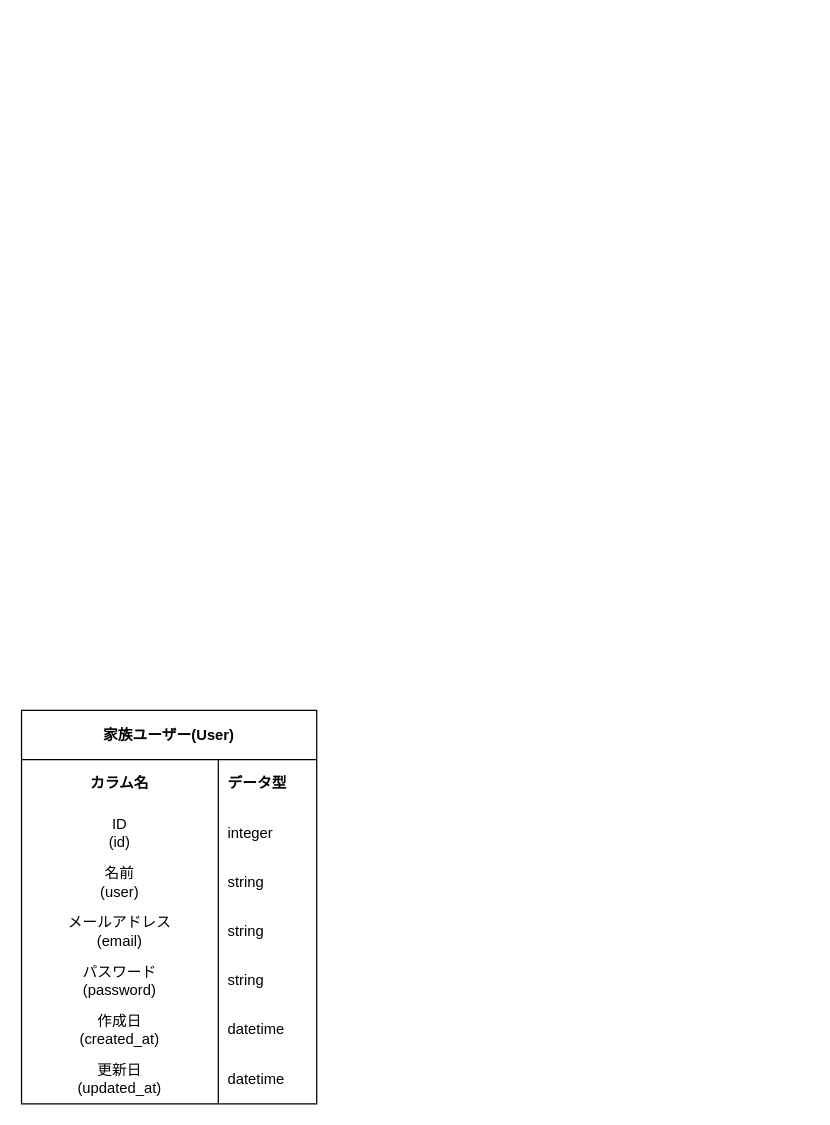
The draw.io diagram coyell.drawio in piroriki/coyell_port, before the edit. Source tidied: cells renumbered, new cells numbered last; positions are measured from the earlier drawing's top-left corner, leaving out a move shared by most shapes. Both pictures are drawn from the tidied source at 123%, with x=0, y=0 at pixel (21, 710).
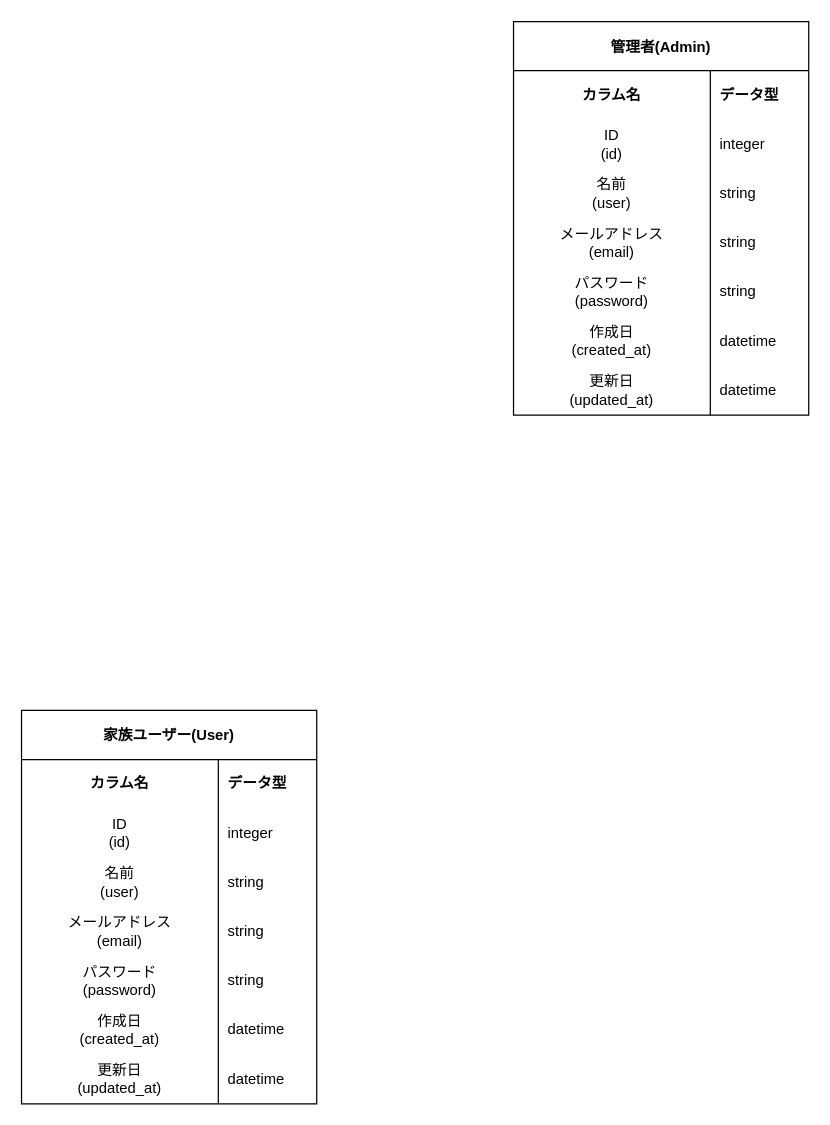
The same diagram, later.

Commit message:
adminモデルをER図に追加

Change to the diagram source:
```diff
@@
+    <mxCell id="24" value="管理者(Admin)" style="shape=table;startSize=40;childLayout=tableLayout;rowLines=0;fontStyle=1;" parent="1" vertex="1">
+      <mxGeometry x="400" y="-560" width="240" height="320" as="geometry" />
+    </mxCell>
+    <mxCell id="25" style="shape=tableRow;horizontal=0;startSize=0;swimlaneHead=0;swimlaneBody=0;top=0;left=0;bottom=0;right=0;fillColor=none;" parent="24" vertex="1">
+      <mxGeometry y="40" width="240" height="40" as="geometry" />
+    </mxCell>
+    <mxCell id="26" value="&lt;b&gt;カラム名&lt;/b&gt;" style="shape=partialRectangle;html=1;whiteSpace=wrap;fillColor=none;top=0;left=0;bottom=0;right=0;overflow=hidden;" parent="25" vertex="1">
+      <mxGeometry width="160" height="40" as="geometry" />
+    </mxCell>
+    <mxCell id="27" value="&lt;b&gt;データ型&lt;/b&gt;" style="shape=partialRectangle;html=1;whiteSpace=wrap;fillColor=none;top=0;left=0;bottom=0;right=0;align=left;spacingLeft=6;overflow=hidden;" parent="25" vertex="1">
+      <mxGeometry x="160" width="80" height="40" as="geometry" />
+    </mxCell>
+    <mxCell id="28" style="shape=tableRow;horizontal=0;startSize=0;swimlaneHead=0;swimlaneBody=0;top=0;left=0;bottom=0;right=0;fillColor=none;" parent="24" vertex="1">
+      <mxGeometry y="80" width="240" height="40" as="geometry" />
+    </mxCell>
+    <mxCell id="29" value="ID&lt;br&gt;(id)" style="shape=partialRectangle;html=1;whiteSpace=wrap;fillColor=none;top=0;left=0;bottom=0;right=0;overflow=hidden;" parent="28" vertex="1">
+      <mxGeometry width="160" height="40" as="geometry" />
+    </mxCell>
+    <mxCell id="30" value="integer" style="shape=partialRectangle;html=1;whiteSpace=wrap;fillColor=none;top=0;left=0;bottom=0;right=0;align=left;spacingLeft=6;overflow=hidden;" parent="28" vertex="1">
+      <mxGeometry x="160" width="80" height="40" as="geometry" />
+    </mxCell>
+    <mxCell id="31" style="shape=tableRow;horizontal=0;startSize=0;swimlaneHead=0;swimlaneBody=0;top=0;left=0;bottom=0;right=0;fillColor=none;" parent="24" vertex="1">
+      <mxGeometry y="120" width="240" height="40" as="geometry" />
+    </mxCell>
+    <mxCell id="32" value="名前&lt;br&gt;(user)" style="shape=partialRectangle;html=1;whiteSpace=wrap;fillColor=none;top=0;left=0;bottom=0;right=0;overflow=hidden;" parent="31" vertex="1">
+      <mxGeometry width="160" height="40" as="geometry" />
+    </mxCell>
+    <mxCell id="33" value="string" style="shape=partialRectangle;html=1;whiteSpace=wrap;fillColor=none;top=0;left=0;bottom=0;right=0;align=left;spacingLeft=6;overflow=hidden;" parent="31" vertex="1">
+      <mxGeometry x="160" width="80" height="40" as="geometry" />
+    </mxCell>
+    <mxCell id="34" style="shape=tableRow;horizontal=0;startSize=0;swimlaneHead=0;swimlaneBody=0;top=0;left=0;bottom=0;right=0;fillColor=none;" parent="24" vertex="1">
+      <mxGeometry y="160" width="240" height="40" as="geometry" />
+    </mxCell>
+    <mxCell id="35" value="メールアドレス&lt;br&gt;(email)" style="shape=partialRectangle;html=1;whiteSpace=wrap;fillColor=none;top=0;left=0;bottom=0;right=0;overflow=hidden;" parent="34" vertex="1">
+      <mxGeometry width="160" height="40" as="geometry" />
+    </mxCell>
+    <mxCell id="36" value="string" style="shape=partialRectangle;html=1;whiteSpace=wrap;fillColor=none;top=0;left=0;bottom=0;right=0;align=left;spacingLeft=6;overflow=hidden;" parent="34" vertex="1">
+      <mxGeometry x="160" width="80" height="40" as="geometry" />
+    </mxCell>
+    <mxCell id="37" style="shape=tableRow;horizontal=0;startSize=0;swimlaneHead=0;swimlaneBody=0;top=0;left=0;bottom=0;right=0;fillColor=none;" parent="24" vertex="1">
+      <mxGeometry y="200" width="240" height="40" as="geometry" />
+    </mxCell>
+    <mxCell id="38" value="パスワード&lt;br&gt;(password)" style="shape=partialRectangle;html=1;whiteSpace=wrap;fillColor=none;top=0;left=0;bottom=0;right=0;overflow=hidden;" parent="37" vertex="1">
+      <mxGeometry width="160" height="40" as="geometry" />
+    </mxCell>
+    <mxCell id="39" value="string" style="shape=partialRectangle;html=1;whiteSpace=wrap;fillColor=none;top=0;left=0;bottom=0;right=0;align=left;spacingLeft=6;overflow=hidden;" parent="37" vertex="1">
+      <mxGeometry x="160" width="80" height="40" as="geometry" />
+    </mxCell>
+    <mxCell id="40" style="shape=tableRow;horizontal=0;startSize=0;swimlaneHead=0;swimlaneBody=0;top=0;left=0;bottom=0;right=0;fillColor=none;" parent="24" vertex="1">
+      <mxGeometry y="240" width="240" height="40" as="geometry" />
+    </mxCell>
+    <mxCell id="41" value="作成日&lt;br&gt;(created_at)" style="shape=partialRectangle;html=1;whiteSpace=wrap;fillColor=none;top=0;left=0;bottom=0;right=0;overflow=hidden;" parent="40" vertex="1">
+      <mxGeometry width="160" height="40" as="geometry" />
+    </mxCell>
+    <mxCell id="42" value="datetime" style="shape=partialRectangle;html=1;whiteSpace=wrap;fillColor=none;top=0;left=0;bottom=0;right=0;align=left;spacingLeft=6;overflow=hidden;" parent="40" vertex="1">
+      <mxGeometry x="160" width="80" height="40" as="geometry" />
+    </mxCell>
+    <mxCell id="43" style="shape=tableRow;horizontal=0;startSize=0;swimlaneHead=0;swimlaneBody=0;top=0;left=0;bottom=0;right=0;fillColor=none;" parent="24" vertex="1">
+      <mxGeometry y="280" width="240" height="40" as="geometry" />
+    </mxCell>
+    <mxCell id="44" value="更新日&lt;br&gt;(updated_at)" style="shape=partialRectangle;html=1;whiteSpace=wrap;fillColor=none;top=0;left=0;bottom=0;right=0;overflow=hidden;" parent="43" vertex="1">
+      <mxGeometry width="160" height="40" as="geometry" />
+    </mxCell>
+    <mxCell id="45" value="datetime" style="shape=partialRectangle;html=1;whiteSpace=wrap;fillColor=none;top=0;left=0;bottom=0;right=0;align=left;spacingLeft=6;overflow=hidden;" parent="43" vertex="1">
+      <mxGeometry x="160" width="80" height="40" as="geometry" />
+    </mxCell>
```
